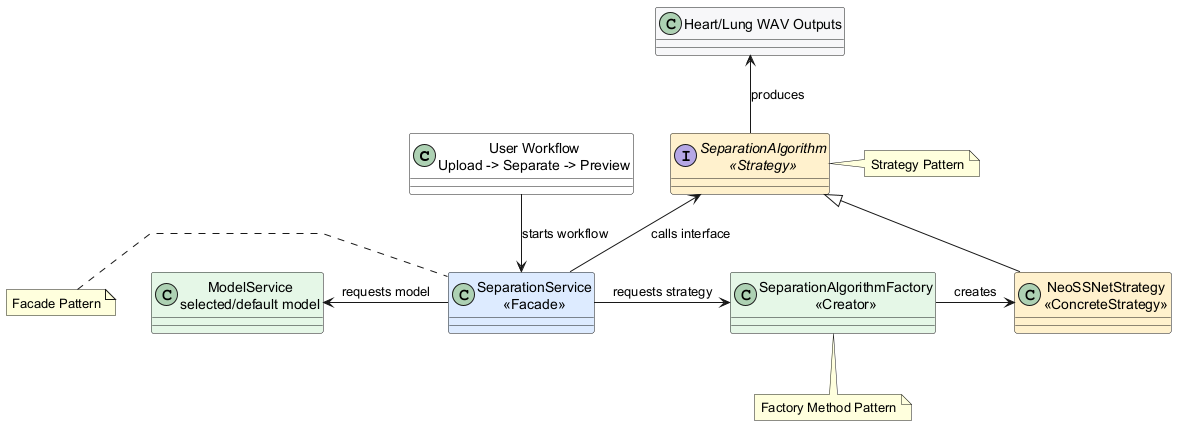
Earlier version of the PlantUML export docs/software_design_report/diagrams/img/overall_alt_spider_web.png (ASHRAF-2004/Machine-Learning-Based-System-for-Cardiopulmonary-Sound-Separation).
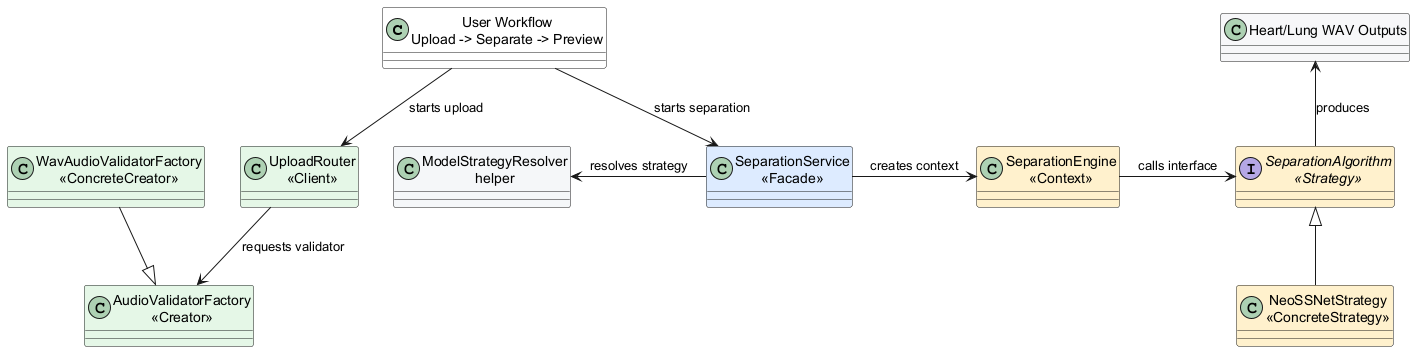
The same diagram one commit later.

The edit, as a diff of the source:
```diff
@@ -5,31 +5,24 @@
 skinparam shadowing false
 
 class "User Workflow\nUpload -> Separate -> Preview" as Center #FFFFFF
+class "UploadRouter\n<<Client>>" as Upload #E4F7E7
+class "AudioValidatorFactory\n<<Creator>>" as ValidatorFactory #E4F7E7
+class "WavAudioValidatorFactory\n<<ConcreteCreator>>" as WavFactory #E4F7E7
 class "SeparationService\n<<Facade>>" as Facade #DCEBFF
-class "ModelService\nselected/default model" as Model #E4F7E7
-class "SeparationAlgorithmFactory\n<<Creator>>" as Factory #E4F7E7
+class "ModelStrategyResolver\nhelper" as Resolver #F4F6F8
+class "SeparationEngine\n<<Context>>" as Engine #FFF1CC
 interface "SeparationAlgorithm\n<<Strategy>>" as Algorithm #FFF1CC
 class "NeoSSNetStrategy\n<<ConcreteStrategy>>" as NeoSSNet #FFF1CC
 class "Heart/Lung WAV Outputs" as Output #F6F7F9
 
-Center -down-> Facade : starts workflow
-Facade -left-> Model : requests model
-Facade -right-> Factory : requests strategy
-Factory -right-> NeoSSNet : creates
+Center -down-> Upload : starts upload
+Upload -down-> ValidatorFactory : requests validator
+WavFactory -down-|> ValidatorFactory
+Center -down-> Facade : starts separation
+Facade -left-> Resolver : resolves strategy
+Facade -right-> Engine : creates context
+Engine -right-> Algorithm : calls interface
 NeoSSNet -up-|> Algorithm
-Facade -up-> Algorithm : calls interface
 Algorithm -up-> Output : produces
 
-note left of Facade
-  Facade Pattern
-end note
-
-note right of Algorithm
-  Strategy Pattern
-end note
-
-note bottom of Factory
-  Factory Method Pattern
-end note
-
 @enduml
```
